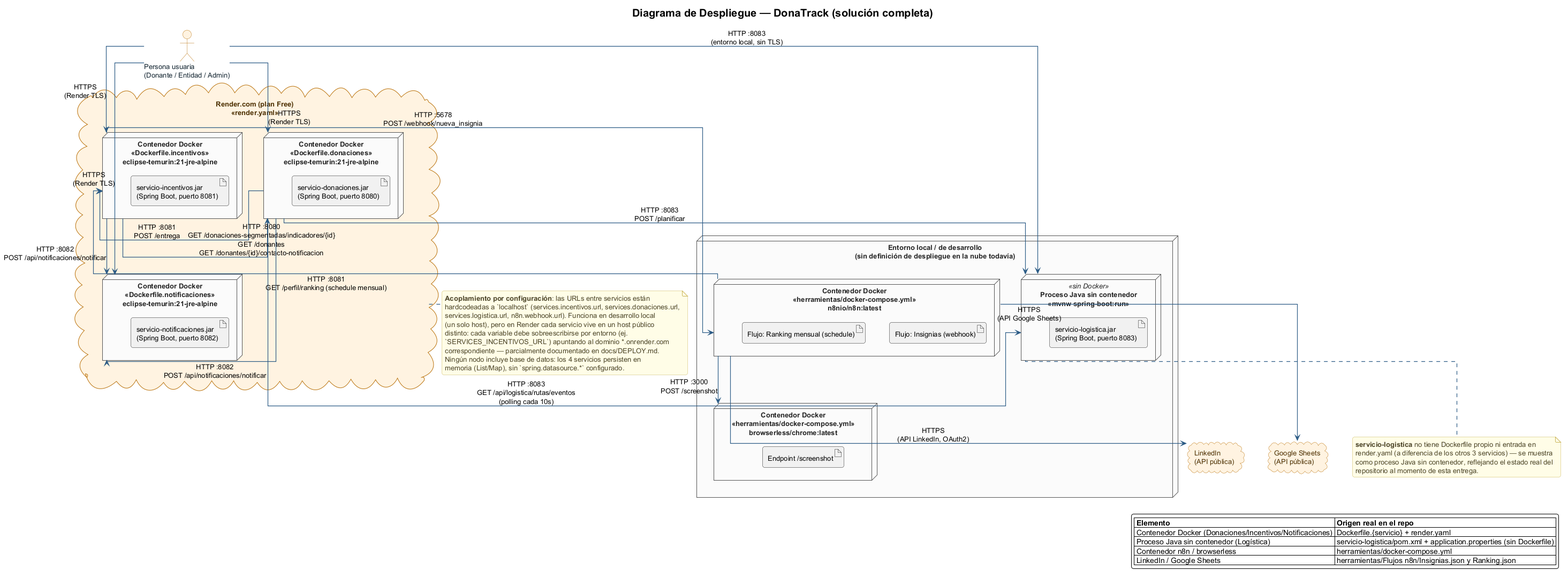
aholman-utn/donatrack keeps this PlantUML diagram as docs/uml/architecture/despliegue.png. Above is the earlier version. Its diagram source:
```plantuml
@startuml despliegue
!include ../_style.puml

title Diagrama de Despliegue — DonaTrack (solución completa)

actor "Persona usuaria\n(Donante / Entidad / Admin)" as Usuario

cloud "Render.com (plan Free)\n«render.yaml»" as Render {

    node "Contenedor Docker\n«Dockerfile.donaciones»\neclipse-temurin:21-jre-alpine" as NodeDon {
        artifact "servicio-donaciones.jar\n(Spring Boot, puerto 8080)" as JarDon
    }

    node "Contenedor Docker\n«Dockerfile.notificaciones»\neclipse-temurin:21-jre-alpine" as NodeNot {
        artifact "servicio-notificaciones.jar\n(Spring Boot, puerto 8082)" as JarNot
    }

    node "Contenedor Docker\n«Dockerfile.incentivos»\neclipse-temurin:21-jre-alpine" as NodeInc {
        artifact "servicio-incentivos.jar\n(Spring Boot, puerto 8081)" as JarInc
    }
}

node "Entorno local / de desarrollo\n(sin definición de despliegue en la nube todavía)" as LocalEnv {

    node "Proceso Java sin contenedor\n«mvnw spring-boot:run»" as NodeLog <<sin Docker>> {
        artifact "servicio-logistica.jar\n(Spring Boot, puerto 8083)" as JarLog
    }

    node "Contenedor Docker\n«herramientas/docker-compose.yml»\nn8nio/n8n:latest" as NodeN8N {
        artifact "Flujo: Insignias (webhook)" as FlowInsignias
        artifact "Flujo: Ranking mensual (schedule)" as FlowRanking
    }

    node "Contenedor Docker\n«herramientas/docker-compose.yml»\nbrowserless/chrome:latest" as NodeBrowserless {
        artifact "Endpoint /screenshot" as ArtScreenshot
    }
}

cloud "LinkedIn\n(API pública)" as LinkedIn
cloud "Google Sheets\n(API pública)" as GSheets

Usuario --> NodeDon : HTTPS\n(Render TLS)
Usuario --> NodeInc : HTTPS\n(Render TLS)
Usuario --> NodeNot : HTTPS\n(Render TLS)
Usuario --> NodeLog : HTTP :8083\n(entorno local, sin TLS)

NodeDon --> NodeInc : HTTP :8081\nPOST /entrega
NodeInc --> NodeDon : HTTP :8080\nGET /donaciones-segmentadas/indicadores/{id}\nGET /donantes\nGET /donantes/{id}/contacto-notificacion
NodeDon --> NodeNot : HTTP :8082\nPOST /api/notificaciones/notificar
NodeInc --> NodeNot : HTTP :8082\nPOST /api/notificaciones/notificar
NodeDon --> NodeLog : HTTP :8083\nPOST /planificar
NodeDon --> NodeLog : HTTP :8083\nGET /api/logistica/rutas/eventos\n(polling cada 10s)

NodeInc --> NodeN8N : HTTP :5678\nPOST /webhook/nueva_insignia
NodeN8N --> NodeBrowserless : HTTP :3000\nPOST /screenshot
NodeN8N --> LinkedIn : HTTPS\n(API LinkedIn, OAuth2)
NodeN8N --> NodeInc : HTTP :8081\nGET /perfil/ranking (schedule mensual)
NodeN8N --> GSheets : HTTPS\n(API Google Sheets)

note bottom of NodeLog
    **servicio-logistica** no tiene Dockerfile propio ni entrada en
    render.yaml (a diferencia de los otros 3 servicios) — se muestra
    como proceso Java sin contenedor, reflejando el estado real del
    repositorio al momento de esta entrega.
end note

note bottom of Render
    **Acoplamiento por configuración**: las URLs entre servicios están
    hardcodeadas a `localhost` (services.incentivos.url, services.donaciones.url,
    services.logistica.url, n8n.webhook.url). Funciona en desarrollo local
    (un solo host), pero en Render cada servicio vive en un host público
    distinto: cada variable debe sobreescribirse por entorno (ej.
    `SERVICES_INCENTIVOS_URL`) apuntando al dominio *.onrender.com
    correspondiente — parcialmente documentado en docs/DEPLOY.md.
    Ningún nodo incluye base de datos: los 4 servicios persisten en
    memoria (List/Map), sin `spring.datasource.*` configurado.
end note

legend right
    |= Elemento |= Origen real en el repo |
    | Contenedor Docker (Donaciones/Incentivos/Notificaciones) | Dockerfile.{servicio} + render.yaml |
    | Proceso Java sin contenedor (Logística) | servicio-logistica/pom.xml + application.properties (sin Dockerfile) |
    | Contenedor n8n / browserless | herramientas/docker-compose.yml |
    | LinkedIn / Google Sheets | herramientas/Flujos n8n/Insignias.json y Ranking.json |
endlegend

@enduml
```
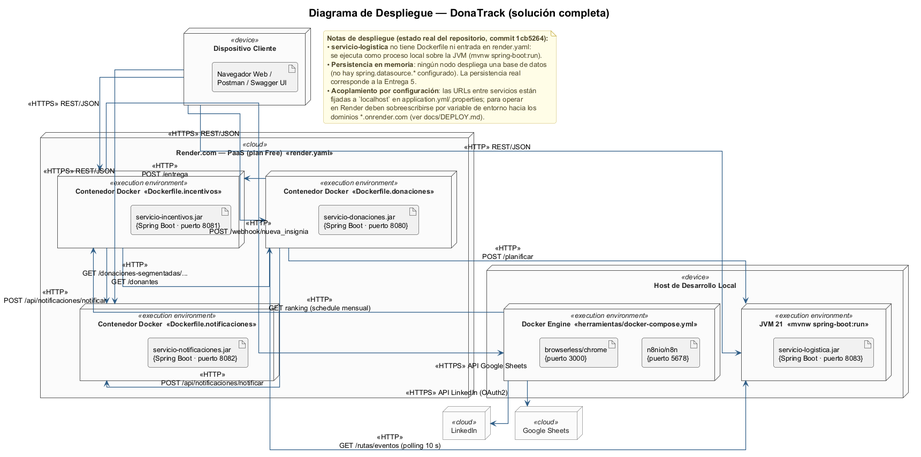
After the commit.

What changed in the source:
```diff
@@ -3,85 +3,69 @@
 
 title Diagrama de Despliegue — DonaTrack (solución completa)
 
-actor "Persona usuaria\n(Donante / Entidad / Admin)" as Usuario
 
-cloud "Render.com (plan Free)\n«render.yaml»" as Render {
+node "Dispositivo Cliente" <<device>> as Cliente {
+    artifact "Navegador Web /\nPostman / Swagger UI" as ClienteApp
+}
 
-    node "Contenedor Docker\n«Dockerfile.donaciones»\neclipse-temurin:21-jre-alpine" as NodeDon {
-        artifact "servicio-donaciones.jar\n(Spring Boot, puerto 8080)" as JarDon
+node "Render.com — PaaS (plan Free)  «render.yaml»" <<cloud>> as Render {
+
+    node "Contenedor Docker  «Dockerfile.donaciones»" <<execution environment>> as NodeDon {
+        artifact "servicio-donaciones.jar\n{Spring Boot · puerto 8080}" as JarDon
     }
 
-    node "Contenedor Docker\n«Dockerfile.notificaciones»\neclipse-temurin:21-jre-alpine" as NodeNot {
-        artifact "servicio-notificaciones.jar\n(Spring Boot, puerto 8082)" as JarNot
+    node "Contenedor Docker  «Dockerfile.incentivos»" <<execution environment>> as NodeInc {
+        artifact "servicio-incentivos.jar\n{Spring Boot · puerto 8081}" as JarInc
     }
 
-    node "Contenedor Docker\n«Dockerfile.incentivos»\neclipse-temurin:21-jre-alpine" as NodeInc {
-        artifact "servicio-incentivos.jar\n(Spring Boot, puerto 8081)" as JarInc
+    node "Contenedor Docker  «Dockerfile.notificaciones»" <<execution environment>> as NodeNot {
+        artifact "servicio-notificaciones.jar\n{Spring Boot · puerto 8082}" as JarNot
     }
 }
 
-node "Entorno local / de desarrollo\n(sin definición de despliegue en la nube todavía)" as LocalEnv {
+node "Host de Desarrollo Local" <<device>> as Local {
 
-    node "Proceso Java sin contenedor\n«mvnw spring-boot:run»" as NodeLog <<sin Docker>> {
-        artifact "servicio-logistica.jar\n(Spring Boot, puerto 8083)" as JarLog
+    node "JVM 21  «mvnw spring-boot:run»" <<execution environment>> as NodeLog {
+        artifact "servicio-logistica.jar\n{Spring Boot · puerto 8083}" as JarLog
     }
 
-    node "Contenedor Docker\n«herramientas/docker-compose.yml»\nn8nio/n8n:latest" as NodeN8N {
-        artifact "Flujo: Insignias (webhook)" as FlowInsignias
-        artifact "Flujo: Ranking mensual (schedule)" as FlowRanking
-    }
-
-    node "Contenedor Docker\n«herramientas/docker-compose.yml»\nbrowserless/chrome:latest" as NodeBrowserless {
-        artifact "Endpoint /screenshot" as ArtScreenshot
+    node "Docker Engine  «herramientas/docker-compose.yml»" <<execution environment>> as DockerLocal {
+        artifact "n8nio/n8n\n{puerto 5678}" as ArtN8N
+        artifact "browserless/chrome\n{puerto 3000}" as ArtBrowserless
     }
 }
 
-cloud "LinkedIn\n(API pública)" as LinkedIn
-cloud "Google Sheets\n(API pública)" as GSheets
+node "LinkedIn" <<cloud>> as LinkedIn
+node "Google Sheets" <<cloud>> as GSheets
 
-Usuario --> NodeDon : HTTPS\n(Render TLS)
-Usuario --> NodeInc : HTTPS\n(Render TLS)
-Usuario --> NodeNot : HTTPS\n(Render TLS)
-Usuario --> NodeLog : HTTP :8083\n(entorno local, sin TLS)
+Cliente --> NodeDon  : <<HTTPS>> REST/JSON
+Cliente --> NodeInc  : <<HTTPS>> REST/JSON
+Cliente --> NodeNot  : <<HTTPS>> REST/JSON
+Cliente --> NodeLog  : <<HTTP>> REST/JSON
 
-NodeDon --> NodeInc : HTTP :8081\nPOST /entrega
-NodeInc --> NodeDon : HTTP :8080\nGET /donaciones-segmentadas/indicadores/{id}\nGET /donantes\nGET /donantes/{id}/contacto-notificacion
-NodeDon --> NodeNot : HTTP :8082\nPOST /api/notificaciones/notificar
-NodeInc --> NodeNot : HTTP :8082\nPOST /api/notificaciones/notificar
-NodeDon --> NodeLog : HTTP :8083\nPOST /planificar
-NodeDon --> NodeLog : HTTP :8083\nGET /api/logistica/rutas/eventos\n(polling cada 10s)
+NodeDon --> NodeInc  : <<HTTP>>\nPOST /entrega
+NodeInc --> NodeDon  : <<HTTP>>\nGET /donaciones-segmentadas/...\nGET /donantes
+NodeDon --> NodeNot  : <<HTTP>>\nPOST /api/notificaciones/notificar
+NodeInc --> NodeNot  : <<HTTP>>\nPOST /api/notificaciones/notificar
+NodeDon --> NodeLog  : <<HTTP>>\nPOST /planificar
+NodeDon --> NodeLog  : <<HTTP>>\nGET /rutas/eventos (polling 10 s)
 
-NodeInc --> NodeN8N : HTTP :5678\nPOST /webhook/nueva_insignia
-NodeN8N --> NodeBrowserless : HTTP :3000\nPOST /screenshot
-NodeN8N --> LinkedIn : HTTPS\n(API LinkedIn, OAuth2)
-NodeN8N --> NodeInc : HTTP :8081\nGET /perfil/ranking (schedule mensual)
-NodeN8N --> GSheets : HTTPS\n(API Google Sheets)
+NodeInc --> DockerLocal : <<HTTP>>\nPOST /webhook/nueva_insignia
+DockerLocal --> NodeInc : <<HTTP>>\nGET ranking (schedule mensual)
+DockerLocal --> LinkedIn : <<HTTPS>> API LinkedIn (OAuth2)
+DockerLocal --> GSheets  : <<HTTPS>> API Google Sheets
 
-note bottom of NodeLog
-    **servicio-logistica** no tiene Dockerfile propio ni entrada en
-    render.yaml (a diferencia de los otros 3 servicios) — se muestra
-    como proceso Java sin contenedor, reflejando el estado real del
-    repositorio al momento de esta entrega.
+note as NotaDespliegue
+    **Notas de despliegue (estado real del repositorio, commit 1cb5264):**
+    • **servicio-logistica** no tiene Dockerfile ni entrada en render.yaml:
+      se ejecuta como proceso local sobre la JVM (mvnw spring-boot:run).
+    • **Persistencia en memoria**: ningún nodo despliega una base de datos
+      (no hay spring.datasource.* configurado). La persistencia real
+      corresponde a la Entrega 5.
+    • **Acoplamiento por configuración**: las URLs entre servicios están
+      fijadas a `localhost` en application.yml/.properties; para operar
+      en Render deben sobreescribirse por variable de entorno hacia los
+      dominios *.onrender.com (ver docs/DEPLOY.md).
 end note
 
-note bottom of Render
-    **Acoplamiento por configuración**: las URLs entre servicios están
-    hardcodeadas a `localhost` (services.incentivos.url, services.donaciones.url,
-    services.logistica.url, n8n.webhook.url). Funciona en desarrollo local
-    (un solo host), pero en Render cada servicio vive en un host público
-    distinto: cada variable debe sobreescribirse por entorno (ej.
-    `SERVICES_INCENTIVOS_URL`) apuntando al dominio *.onrender.com
-    correspondiente — parcialmente documentado en docs/DEPLOY.md.
-    Ningún nodo incluye base de datos: los 4 servicios persisten en
-    memoria (List/Map), sin `spring.datasource.*` configurado.
-end note
-
-legend right
-    |= Elemento |= Origen real en el repo |
-    | Contenedor Docker (Donaciones/Incentivos/Notificaciones) | Dockerfile.{servicio} + render.yaml |
-    | Proceso Java sin contenedor (Logística) | servicio-logistica/pom.xml + application.properties (sin Dockerfile) |
-    | Contenedor n8n / browserless | herramientas/docker-compose.yml |
-    | LinkedIn / Google Sheets | herramientas/Flujos n8n/Insignias.json y Ranking.json |
-endlegend
-
 @enduml
```
